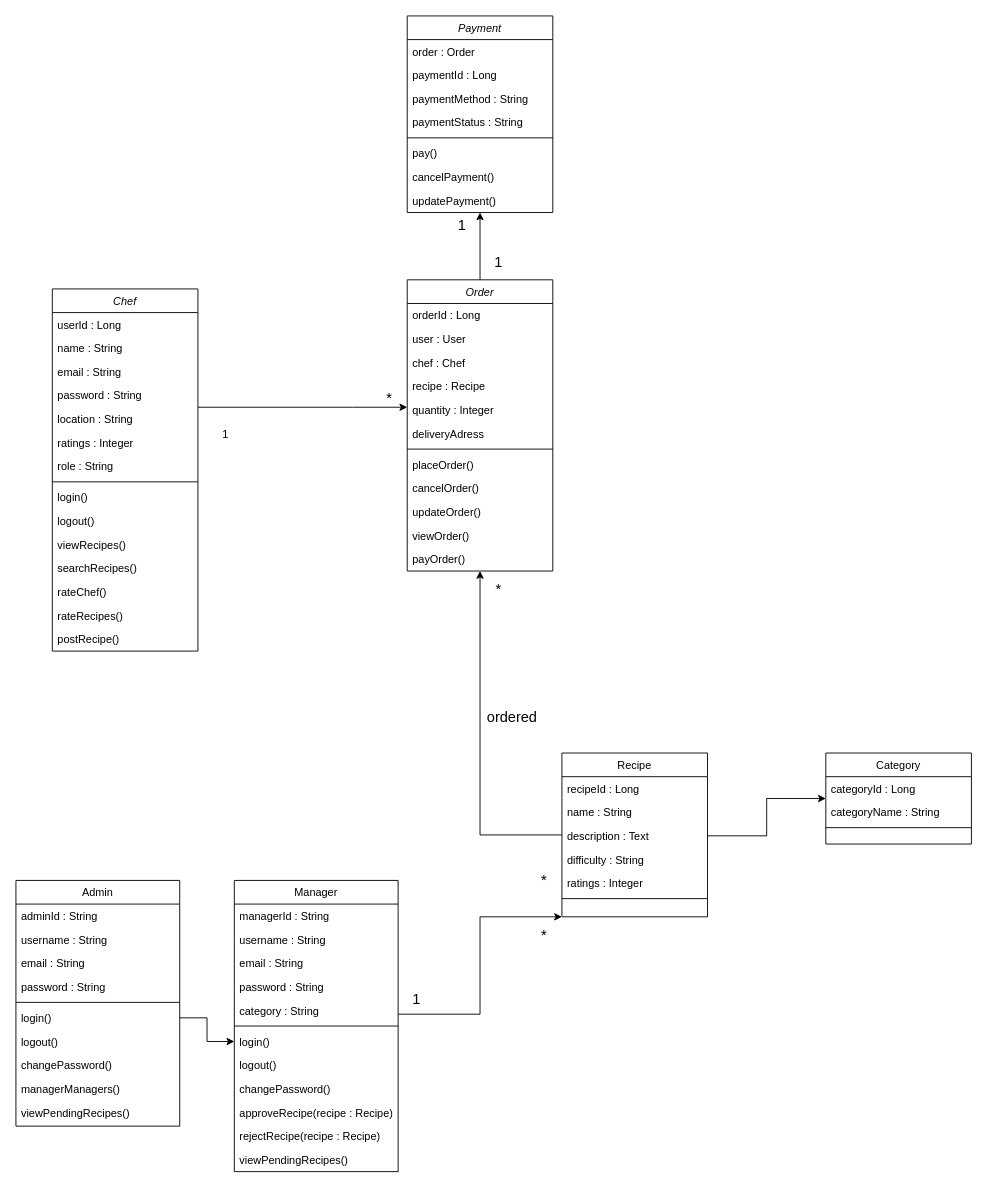
The draw.io diagram page "Class" (1 of 2) of Extras/HungryMunchiesClassDiagram.drawio in Sillfer/Hungry_Munchies, before the edit. Source tidied: cells renumbered, new cells numbered last; positions are measured from the earlier drawing's top-left corner, leaving out a move shared by most shapes. Both pictures are drawn from the tidied source at 91%, with x=0, y=0 at pixel (15, 15).
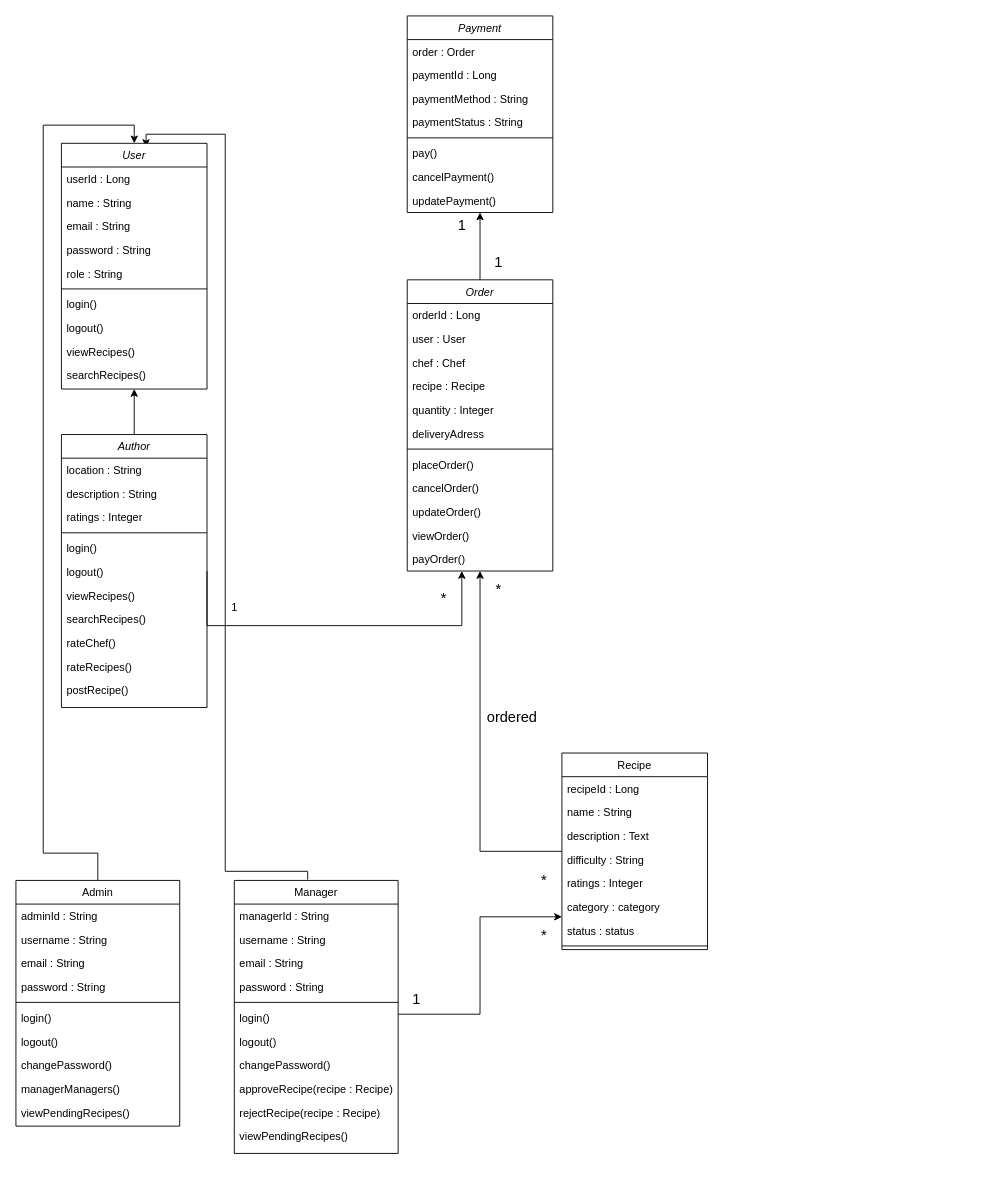
The same diagram, later.

Unchanged cells that the change refers to:
```xml
<mxCell id="19" value="Order" style="swimlane;fontStyle=2;align=center;verticalAlign=top;horizontal=1;startSize=26;rounded=0;shadow=0;strokeWidth=1;" parent="1" vertex="1">
  <mxGeometry x="430" y="290" width="160" height="320" as="geometry" />
</mxCell>
<mxCell id="36" value="description : Text" style="text;align=left;verticalAlign=top;spacingLeft=4;spacingRight=4;overflow=hidden;points=[[0,0.5],[1,0.5]];portConstraint=eastwest;" parent="33" vertex="1">
  <mxGeometry y="78" width="160" height="26" as="geometry" />
</mxCell>
<mxCell id="73" value="Admin" style="swimlane;fontStyle=0;align=center;verticalAlign=top;horizontal=1;startSize=26;rounded=0;shadow=0;strokeWidth=1;" parent="1" vertex="1">
  <mxGeometry y="950" width="180" height="270" as="geometry" />
</mxCell>
<mxCell id="79" value="login()" style="text;align=left;verticalAlign=top;spacingLeft=4;spacingRight=4;overflow=hidden;points=[[0,0.5],[1,0.5]];portConstraint=eastwest;fontStyle=0;" parent="73" vertex="1">
  <mxGeometry y="138" width="180" height="26" as="geometry" />
</mxCell>
```

The edit, as a diff of the source:
```diff
@@
-    <mxCell id="2" style="edgeStyle=orthogonalEdgeStyle;rounded=0;jettySize=auto;html=1;" parent="1" edge="1" source="3" target="19">
+    <mxCell id="2" style="edgeStyle=orthogonalEdgeStyle;rounded=0;jettySize=auto;html=1;exitX=1;exitY=0.5;exitDx=0;exitDy=0;" parent="1" edge="1" source="3" target="19">
       <mxGeometry relative="1" as="geometry">
         <Array as="points">
-          <mxPoint x="370" y="430" />
-          <mxPoint x="370" y="430" />
+          <mxPoint x="210" y="670" />
+          <mxPoint x="490" y="670" />
         </Array>
       </mxGeometry>
     </mxCell>
+    <mxCell id="90" style="edgeStyle=orthogonalEdgeStyle;rounded=0;jettySize=auto;html=1;" parent="1" edge="1" source="3" target="95">
+      <mxGeometry relative="1" as="geometry" />
+    </mxCell>
-    <mxCell id="3" value="Chef" style="swimlane;fontStyle=2;align=center;verticalAlign=top;horizontal=1;startSize=26;rounded=0;shadow=0;strokeWidth=1;" parent="1" vertex="1">
-      <mxGeometry x="40" y="300" width="160" height="398" as="geometry" />
+    <mxCell id="3" value="Author" style="swimlane;fontStyle=2;align=center;verticalAlign=top;horizontal=1;startSize=26;rounded=0;shadow=0;strokeWidth=1;" parent="1" vertex="1">
+      <mxGeometry x="50" y="460" width="160" height="300" as="geometry" />
     </mxCell>
-    <mxCell id="4" value="userId : Long " style="text;align=left;verticalAlign=top;spacingLeft=4;spacingRight=4;overflow=hidden;" parent="3" vertex="1">
-      <mxGeometry y="26" width="160" height="26" as="geometry" />
-    </mxCell>
-    <mxCell id="5" value="name : String" style="text;align=left;verticalAlign=top;spacingLeft=4;spacingRight=4;overflow=hidden;rounded=0;shadow=0;html=0;" parent="3" vertex="1">
-      <mxGeometry y="52" width="160" height="26" as="geometry" />
-    </mxCell>
-    <mxCell id="6" value="email : String" style="text;align=left;verticalAlign=top;spacingLeft=4;spacingRight=4;overflow=hidden;rounded=0;shadow=0;html=0;" parent="3" vertex="1">
-      <mxGeometry y="78" width="160" height="26" as="geometry" />
-    </mxCell>
-    <mxCell id="7" value="password : String" style="text;align=left;verticalAlign=top;spacingLeft=4;spacingRight=4;overflow=hidden;rounded=0;shadow=0;html=0;" parent="3" vertex="1">
-      <mxGeometry y="104" width="160" height="26" as="geometry" />
-    </mxCell>
     <mxCell id="8" value="location : String" style="text;align=left;verticalAlign=top;spacingLeft=4;spacingRight=4;overflow=hidden;rounded=0;shadow=0;html=0;" parent="3" vertex="1">
-      <mxGeometry y="130" width="160" height="26" as="geometry" />
+      <mxGeometry y="26" width="160" height="26" as="geometry" />
     </mxCell>
+    <mxCell id="91" value="description : String" style="text;align=left;verticalAlign=top;spacingLeft=4;spacingRight=4;overflow=hidden;rounded=0;shadow=0;html=0;" parent="3" vertex="1">
+      <mxGeometry y="52" width="160" height="26" as="geometry" />
+    </mxCell>
     <mxCell id="9" value="ratings : Integer" style="text;align=left;verticalAlign=top;spacingLeft=4;spacingRight=4;overflow=hidden;rounded=0;shadow=0;html=0;" parent="3" vertex="1">
-      <mxGeometry y="156" width="160" height="26" as="geometry" />
+      <mxGeometry y="78" width="160" height="26" as="geometry" />
     </mxCell>
-    <mxCell id="10" value="role : String" style="text;align=left;verticalAlign=top;spacingLeft=4;spacingRight=4;overflow=hidden;rounded=0;shadow=0;html=0;" parent="3" vertex="1">
-      <mxGeometry y="182" width="160" height="26" as="geometry" />
-    </mxCell>
     <mxCell id="11" style="line;html=1;strokeWidth=1;align=left;verticalAlign=middle;spacingTop=-1;spacingLeft=3;spacingRight=3;labelPosition=right;" parent="3" vertex="1">
-      <mxGeometry y="208" width="160" height="8" as="geometry" />
+      <mxGeometry y="104" width="160" height="8" as="geometry" />
     </mxCell>
     <mxCell id="12" value="login()" style="text;align=left;verticalAlign=top;spacingLeft=4;spacingRight=4;overflow=hidden;" parent="3" vertex="1">
-      <mxGeometry y="216" width="160" height="26" as="geometry" />
+      <mxGeometry y="112" width="160" height="26" as="geometry" />
     </mxCell>
     <mxCell id="13" value="logout()" style="text;align=left;verticalAlign=top;spacingLeft=4;spacingRight=4;overflow=hidden;" parent="3" vertex="1">
-      <mxGeometry y="242" width="160" height="26" as="geometry" />
+      <mxGeometry y="138" width="160" height="26" as="geometry" />
     </mxCell>
     <mxCell id="14" value="viewRecipes()" style="text;align=left;verticalAlign=top;spacingLeft=4;spacingRight=4;overflow=hidden;" parent="3" vertex="1">
-      <mxGeometry y="268" width="160" height="26" as="geometry" />
+      <mxGeometry y="164" width="160" height="26" as="geometry" />
     </mxCell>
     <mxCell id="15" value="searchRecipes()" style="text;align=left;verticalAlign=top;spacingLeft=4;spacingRight=4;overflow=hidden;" parent="3" vertex="1">
-      <mxGeometry y="294" width="160" height="26" as="geometry" />
+      <mxGeometry y="190" width="160" height="26" as="geometry" />
     </mxCell>
     <mxCell id="16" value="rateChef()" style="text;align=left;verticalAlign=top;spacingLeft=4;spacingRight=4;overflow=hidden;" parent="3" vertex="1">
-      <mxGeometry y="320" width="160" height="26" as="geometry" />
+      <mxGeometry y="216" width="160" height="26" as="geometry" />
     </mxCell>
     <mxCell id="17" value="rateRecipes()" style="text;align=left;verticalAlign=top;spacingLeft=4;spacingRight=4;overflow=hidden;" parent="3" vertex="1">
-      <mxGeometry y="346" width="160" height="26" as="geometry" />
+      <mxGeometry y="242" width="160" height="26" as="geometry" />
     </mxCell>
     <mxCell id="18" value="postRecipe()" style="text;align=left;verticalAlign=top;spacingLeft=4;spacingRight=4;overflow=hidden;" parent="3" vertex="1">
-      <mxGeometry y="372" width="160" height="26" as="geometry" />
+      <mxGeometry y="268" width="160" height="26" as="geometry" />
     </mxCell>
@@
     <mxCell id="33" value="Recipe" style="swimlane;fontStyle=0;align=center;verticalAlign=top;horizontal=1;startSize=26;rounded=0;shadow=0;strokeWidth=1;" parent="1" vertex="1">
-      <mxGeometry x="600" y="810" width="160" height="180" as="geometry" />
+      <mxGeometry x="600" y="810" width="160" height="216" as="geometry" />
     </mxCell>
@@
+    <mxCell id="92" value="category : category" style="text;align=left;verticalAlign=top;spacingLeft=4;spacingRight=4;overflow=hidden;rounded=0;shadow=0;html=0;" parent="33" vertex="1">
+      <mxGeometry y="156" width="160" height="26" as="geometry" />
+    </mxCell>
+    <mxCell id="93" value="status : status" style="text;align=left;verticalAlign=top;spacingLeft=4;spacingRight=4;overflow=hidden;rounded=0;shadow=0;html=0;" parent="33" vertex="1">
+      <mxGeometry y="182" width="160" height="26" as="geometry" />
+    </mxCell>
     <mxCell id="39" style="line;html=1;strokeWidth=1;align=left;verticalAlign=middle;spacingTop=-1;spacingLeft=3;spacingRight=3;labelPosition=right;" parent="33" vertex="1">
-      <mxGeometry y="156" width="160" height="8" as="geometry" />
+      <mxGeometry y="208" width="160" height="8" as="geometry" />
     </mxCell>
@@
+    <mxCell id="94" style="edgeStyle=orthogonalEdgeStyle;rounded=0;jettySize=auto;html=1;entryX=0.581;entryY=0.015;entryDx=0;entryDy=0;entryPerimeter=0;exitX=0.448;exitY=-0.003;exitDx=0;exitDy=0;exitPerimeter=0;" parent="1" edge="1" source="50" target="95">
+      <mxGeometry relative="1" as="geometry">
+        <Array as="points">
+          <mxPoint x="321" y="940" />
+          <mxPoint x="230" y="940" />
+          <mxPoint x="230" y="130" />
+          <mxPoint x="143" y="130" />
+        </Array>
+      </mxGeometry>
+    </mxCell>
     <mxCell id="50" value="Manager" style="swimlane;fontStyle=0;align=center;verticalAlign=top;horizontal=1;startSize=26;rounded=0;shadow=0;strokeWidth=1;" parent="1" vertex="1">
-      <mxGeometry x="240" y="950" width="180" height="320" as="geometry" />
+      <mxGeometry x="240" y="950" width="180" height="300" as="geometry" />
     </mxCell>
@@
-    <mxCell id="55" value="category : String" style="text;align=left;verticalAlign=top;spacingLeft=4;spacingRight=4;overflow=hidden;rounded=0;shadow=0;html=0;" parent="50" vertex="1">
-      <mxGeometry y="130" width="180" height="26" as="geometry" />
-    </mxCell>
     <mxCell id="56" style="line;html=1;strokeWidth=1;align=left;verticalAlign=middle;spacingTop=-1;spacingLeft=3;spacingRight=3;labelPosition=right;" parent="50" vertex="1">
-      <mxGeometry y="156" width="180" height="8" as="geometry" />
+      <mxGeometry y="130" width="180" height="8" as="geometry" />
     </mxCell>
     <mxCell id="57" value="login()" style="text;align=left;verticalAlign=top;spacingLeft=4;spacingRight=4;overflow=hidden;points=[[0,0.5],[1,0.5]];portConstraint=eastwest;fontStyle=0;" parent="50" vertex="1">
-      <mxGeometry y="164" width="180" height="26" as="geometry" />
+      <mxGeometry y="138" width="180" height="26" as="geometry" />
     </mxCell>
     <mxCell id="58" value="logout()" style="text;align=left;verticalAlign=top;spacingLeft=4;spacingRight=4;overflow=hidden;" parent="50" vertex="1">
-      <mxGeometry y="190" width="180" height="26" as="geometry" />
+      <mxGeometry y="164" width="180" height="26" as="geometry" />
     </mxCell>
     <mxCell id="59" value="changePassword()" style="text;align=left;verticalAlign=top;spacingLeft=4;spacingRight=4;overflow=hidden;" parent="50" vertex="1">
-      <mxGeometry y="216" width="180" height="26" as="geometry" />
+      <mxGeometry y="190" width="180" height="26" as="geometry" />
     </mxCell>
     <mxCell id="60" value="approveRecipe(recipe : Recipe)" style="text;align=left;verticalAlign=top;spacingLeft=4;spacingRight=4;overflow=hidden;" parent="50" vertex="1">
-      <mxGeometry y="242" width="180" height="26" as="geometry" />
+      <mxGeometry y="216" width="180" height="26" as="geometry" />
     </mxCell>
     <mxCell id="61" value="rejectRecipe(recipe : Recipe)" style="text;align=left;verticalAlign=top;spacingLeft=4;spacingRight=4;overflow=hidden;" parent="50" vertex="1">
-      <mxGeometry y="268" width="180" height="26" as="geometry" />
+      <mxGeometry y="242" width="180" height="26" as="geometry" />
     </mxCell>
     <mxCell id="62" value="viewPendingRecipes()" style="text;align=left;verticalAlign=top;spacingLeft=4;spacingRight=4;overflow=hidden;" parent="50" vertex="1">
-      <mxGeometry y="294" width="180" height="26" as="geometry" />
+      <mxGeometry y="268" width="180" height="26" as="geometry" />
     </mxCell>
     <mxCell id="63" value="1" style="text;html=1;align=center;verticalAlign=middle;strokeColor=none;fillColor=none;" parent="1" vertex="1">
-      <mxGeometry x="220" y="450" width="20" height="20" as="geometry" />
+      <mxGeometry x="230" y="640" width="20" height="20" as="geometry" />
     </mxCell>
     <mxCell id="64" value="*" style="text;html=1;align=center;verticalAlign=middle;strokeColor=none;fillColor=none;fontSize=16;" parent="1" vertex="1">
-      <mxGeometry x="400" y="410" width="20" height="20" as="geometry" />
+      <mxGeometry x="460" y="630" width="20" height="20" as="geometry" />
     </mxCell>
@@
-    <mxCell id="84" style="edgeStyle=orthogonalEdgeStyle;rounded=0;jettySize=auto;html=1;entryX=1;entryY=0.5;entryDx=0;entryDy=0;startArrow=classic;startFill=1;endArrow=none;endFill=0;" parent="1" edge="1" source="57" target="79">
-      <mxGeometry relative="1" as="geometry" />
+    <mxCell id="84" style="edgeStyle=orthogonalEdgeStyle;rounded=0;jettySize=auto;html=1;entryX=0.5;entryY=0;entryDx=0;entryDy=0;startArrow=classic;startFill=1;endArrow=none;endFill=0;exitX=0.5;exitY=0;exitDx=0;exitDy=0;" parent="1" edge="1" source="95" target="73">
+      <mxGeometry relative="1" as="geometry">
+        <Array as="points">
+          <mxPoint x="130" y="120" />
+          <mxPoint x="30" y="120" />
+          <mxPoint x="30" y="920" />
+          <mxPoint x="90" y="920" />
+        </Array>
+      </mxGeometry>
     </mxCell>
-    <mxCell id="85" value="Category" style="swimlane;fontStyle=0;align=center;verticalAlign=top;horizontal=1;startSize=26;rounded=0;shadow=0;strokeWidth=1;" parent="1" vertex="1">
-      <mxGeometry x="890" y="810" width="160" height="100" as="geometry" />
-    </mxCell>
-    <mxCell id="86" value="categoryId : Long" style="text;align=left;verticalAlign=top;spacingLeft=4;spacingRight=4;overflow=hidden;" parent="85" vertex="1">
-      <mxGeometry y="26" width="160" height="26" as="geometry" />
-    </mxCell>
-    <mxCell id="87" value="categoryName : String" style="text;align=left;verticalAlign=top;spacingLeft=4;spacingRight=4;overflow=hidden;" parent="85" vertex="1">
-      <mxGeometry y="52" width="160" height="26" as="geometry" />
-    </mxCell>
-    <mxCell id="88" style="line;html=1;strokeWidth=1;align=left;verticalAlign=middle;spacingTop=-1;spacingLeft=3;spacingRight=3;labelPosition=right;" parent="85" vertex="1">
-      <mxGeometry y="78" width="160" height="8" as="geometry" />
-    </mxCell>
-    <mxCell id="89" style="edgeStyle=orthogonalEdgeStyle;rounded=0;jettySize=auto;html=1;entryX=0;entryY=0.5;entryDx=0;entryDy=0;" parent="1" edge="1" source="36" target="85">
-      <mxGeometry relative="1" as="geometry" />
-    </mxCell>
+    <mxCell id="95" value="User" style="swimlane;fontStyle=2;align=center;verticalAlign=top;horizontal=1;startSize=26;rounded=0;shadow=0;strokeWidth=1;" parent="1" vertex="1">
+      <mxGeometry x="50" y="140" width="160" height="270" as="geometry" />
+    </mxCell>
+    <mxCell id="4" value="userId : Long " style="text;align=left;verticalAlign=top;spacingLeft=4;spacingRight=4;overflow=hidden;" parent="95" vertex="1">
+      <mxGeometry y="26" width="160" height="26" as="geometry" />
+    </mxCell>
+    <mxCell id="5" value="name : String" style="text;align=left;verticalAlign=top;spacingLeft=4;spacingRight=4;overflow=hidden;rounded=0;shadow=0;html=0;" parent="95" vertex="1">
+      <mxGeometry y="52" width="160" height="26" as="geometry" />
+    </mxCell>
+    <mxCell id="6" value="email : String" style="text;align=left;verticalAlign=top;spacingLeft=4;spacingRight=4;overflow=hidden;rounded=0;shadow=0;html=0;" parent="95" vertex="1">
+      <mxGeometry y="78" width="160" height="26" as="geometry" />
+    </mxCell>
+    <mxCell id="7" value="password : String" style="text;align=left;verticalAlign=top;spacingLeft=4;spacingRight=4;overflow=hidden;rounded=0;shadow=0;html=0;" parent="95" vertex="1">
+      <mxGeometry y="104" width="160" height="26" as="geometry" />
+    </mxCell>
+    <mxCell id="10" value="role : String" style="text;align=left;verticalAlign=top;spacingLeft=4;spacingRight=4;overflow=hidden;rounded=0;shadow=0;html=0;" parent="95" vertex="1">
+      <mxGeometry y="130" width="160" height="26" as="geometry" />
+    </mxCell>
+    <mxCell id="96" style="line;html=1;strokeWidth=1;align=left;verticalAlign=middle;spacingTop=-1;spacingLeft=3;spacingRight=3;labelPosition=right;" parent="95" vertex="1">
+      <mxGeometry y="156" width="160" height="8" as="geometry" />
+    </mxCell>
+    <mxCell id="97" value="login()" style="text;align=left;verticalAlign=top;spacingLeft=4;spacingRight=4;overflow=hidden;" parent="95" vertex="1">
+      <mxGeometry y="164" width="160" height="26" as="geometry" />
+    </mxCell>
+    <mxCell id="98" value="logout()" style="text;align=left;verticalAlign=top;spacingLeft=4;spacingRight=4;overflow=hidden;" parent="95" vertex="1">
+      <mxGeometry y="190" width="160" height="26" as="geometry" />
+    </mxCell>
+    <mxCell id="99" value="viewRecipes()" style="text;align=left;verticalAlign=top;spacingLeft=4;spacingRight=4;overflow=hidden;" parent="95" vertex="1">
+      <mxGeometry y="216" width="160" height="26" as="geometry" />
+    </mxCell>
+    <mxCell id="100" value="searchRecipes()" style="text;align=left;verticalAlign=top;spacingLeft=4;spacingRight=4;overflow=hidden;" parent="95" vertex="1">
+      <mxGeometry y="242" width="160" height="26" as="geometry" />
+    </mxCell>
```
